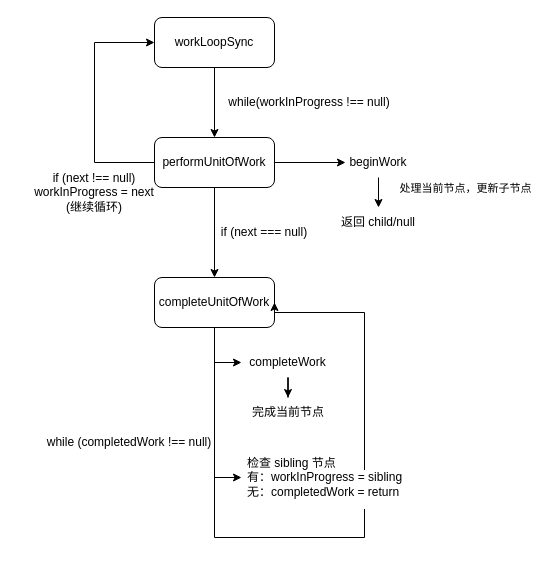
Above: 未命名绘图.drawio in DragonnZhang/images (draw.io), before the change. Source tidied: cells renumbered, new cells numbered last; positions are measured from the earlier drawing's top-left corner, leaving out a move shared by most shapes. Both pictures are drawn from the tidied source at 100%, with x=0, y=0 at pixel (24, 17).
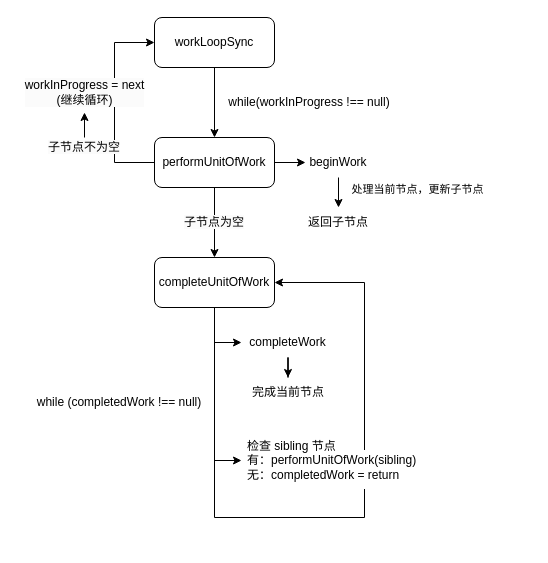
Above is the later version.

Commit message (it also covers changes not shown here):
更新未命名绘图.drawio

The change refers to these unchanged cells:
```xml
<mxCell id="3" value="workLoopSync" style="rounded=1;whiteSpace=wrap;html=1;" parent="1" vertex="1">
  <mxGeometry x="130" width="120" height="50" as="geometry" />
</mxCell>
<mxCell id="7" value="performUnitOfWork" style="rounded=1;whiteSpace=wrap;html=1;" parent="1" vertex="1">
  <mxGeometry x="130" y="120" width="120" height="50" as="geometry" />
</mxCell>
<mxCell id="9" style="edgeStyle=orthogonalEdgeStyle;rounded=0;jettySize=auto;html=1;" parent="1" edge="1" source="11" target="14">
  <mxGeometry relative="1" as="geometry" />
</mxCell>
```

The edit, as a diff of the source:
```diff
@@
     <mxCell id="6" style="edgeStyle=orthogonalEdgeStyle;rounded=0;jettySize=auto;html=1;exitX=0;exitY=0.5;exitDx=0;exitDy=0;entryX=0;entryY=0.5;entryDx=0;entryDy=0;" parent="1" edge="1" source="7" target="3">
       <mxGeometry relative="1" as="geometry">
         <Array as="points">
-          <mxPoint x="70" y="145" />
-          <mxPoint x="70" y="25" />
+          <mxPoint x="90" y="145" />
+          <mxPoint x="90" y="25" />
         </Array>
       </mxGeometry>
     </mxCell>
@@
     <mxCell id="8" value="completeUnitOfWork" style="rounded=1;whiteSpace=wrap;html=1;" parent="1" vertex="1">
-      <mxGeometry x="130" y="260" width="120" height="50" as="geometry" />
+      <mxGeometry x="130" y="240" width="120" height="50" as="geometry" />
     </mxCell>
@@
     <mxCell id="10" value="处理当前节点，更新子节点" style="edgeLabel;html=1;align=center;verticalAlign=middle;" parent="9" vertex="1">
       <mxGeometry x="-0.2" y="-1" relative="1" as="geometry">
-        <mxPoint x="85" y="-10" as="offset" />
+        <mxPoint x="77" y="-9" as="offset" />
       </mxGeometry>
     </mxCell>
     <mxCell id="11" value="beginWork" style="text;html=1;align=center;verticalAlign=middle;whiteSpace=wrap;rounded=0;" parent="1" vertex="1">
-      <mxGeometry x="321" y="130" width="66" height="30" as="geometry" />
+      <mxGeometry x="281" y="130" width="66" height="30" as="geometry" />
     </mxCell>
@@
-    <mxCell id="14" value="返回 child/null" style="text;html=1;align=center;verticalAlign=middle;whiteSpace=wrap;rounded=0;" parent="1" vertex="1">
-      <mxGeometry x="314" y="190" width="80" height="30" as="geometry" />
+    <mxCell id="14" value="返回子节点" style="text;html=1;align=center;verticalAlign=middle;whiteSpace=wrap;rounded=0;" parent="1" vertex="1">
+      <mxGeometry x="274" y="190" width="80" height="30" as="geometry" />
     </mxCell>
-    <mxCell id="15" value="if (next === null)" style="text;html=1;align=center;verticalAlign=middle;whiteSpace=wrap;rounded=0;" parent="1" vertex="1">
-      <mxGeometry x="190" y="200" width="100" height="30" as="geometry" />
-    </mxCell>
-    <mxCell id="16" value="if (next !== null)&lt;div&gt;workInProgress = next&lt;/div&gt;&lt;div&gt;(继续循环)&lt;/div&gt;" style="text;html=1;align=center;verticalAlign=middle;whiteSpace=wrap;rounded=0;" parent="1" vertex="1">
-      <mxGeometry y="160" width="140" height="30" as="geometry" />
-    </mxCell>
+    <mxCell id="25" style="edgeStyle=orthogonalEdgeStyle;rounded=0;jettySize=auto;html=1;exitX=0.5;exitY=0;exitDx=0;exitDy=0;" parent="1" edge="1" source="28" target="26">
+      <mxGeometry relative="1" as="geometry" />
+    </mxCell>
     <mxCell id="17" style="edgeStyle=orthogonalEdgeStyle;rounded=0;orthogonalLoop=1;jettySize=auto;html=1;exitX=0.5;exitY=1;exitDx=0;exitDy=0;entryX=1;entryY=0.5;entryDx=0;entryDy=0;" parent="1" edge="1" source="8" target="8">
       <mxGeometry relative="1" as="geometry">
         <Array as="points">
-          <mxPoint x="190" y="520" />
-          <mxPoint x="340" y="520" />
-          <mxPoint x="340" y="295" />
-          <mxPoint x="250" y="295" />
+          <mxPoint x="190" y="500" />
+          <mxPoint x="340" y="500" />
+          <mxPoint x="340" y="265" />
         </Array>
       </mxGeometry>
     </mxCell>
@@
     <mxCell id="19" value="完成当前节点" style="text;html=1;align=center;verticalAlign=middle;whiteSpace=wrap;rounded=0;" parent="1" vertex="1">
-      <mxGeometry x="223.5" y="380" width="80" height="30" as="geometry" />
+      <mxGeometry x="223.5" y="360" width="80" height="30" as="geometry" />
     </mxCell>
-    <mxCell id="20" value="检查 sibling 节点&lt;div&gt;&lt;div&gt;有：workInProgress = sibling&lt;/div&gt;&lt;div&gt;无：completedWork = return&lt;/div&gt;&lt;/div&gt;" style="text;html=1;align=left;verticalAlign=middle;whiteSpace=wrap;rounded=0;spacingLeft=4;" parent="1" vertex="1">
-      <mxGeometry x="217" y="425" width="193" height="70" as="geometry" />
+    <mxCell id="20" value="检查 sibling 节点&lt;div&gt;&lt;div&gt;有：performUnitOfWork(sibling)&lt;/div&gt;&lt;div&gt;无：completedWork = return&lt;/div&gt;&lt;/div&gt;" style="text;html=1;align=left;verticalAlign=middle;whiteSpace=wrap;rounded=0;spacingLeft=4;" parent="1" vertex="1">
+      <mxGeometry x="217" y="408" width="193" height="70" as="geometry" />
     </mxCell>
     <mxCell id="21" value="completeWork" style="text;html=1;align=center;verticalAlign=middle;whiteSpace=wrap;rounded=0;" parent="1" vertex="1">
-      <mxGeometry x="217" y="330" width="93" height="30" as="geometry" />
+      <mxGeometry x="217" y="310" width="93" height="30" as="geometry" />
     </mxCell>
     <mxCell id="22" value="while (completedWork !== null)" style="text;html=1;align=center;verticalAlign=middle;whiteSpace=wrap;rounded=0;" parent="1" vertex="1">
-      <mxGeometry x="20" y="410" width="170" height="30" as="geometry" />
+      <mxGeometry x="10" y="370" width="170" height="30" as="geometry" />
     </mxCell>
     <mxCell id="23" style="endArrow=classic;html=1;rounded=0;entryX=0;entryY=0.5;entryDx=0;entryDy=0;" parent="1" edge="1" target="21">
       <mxGeometry relative="1" as="geometry">
-        <mxPoint x="190" y="345" as="sourcePoint" />
+        <mxPoint x="190" y="325" as="sourcePoint" />
       </mxGeometry>
     </mxCell>
     <mxCell id="24" style="endArrow=classic;html=1;rounded=0;entryX=0;entryY=0.5;entryDx=0;entryDy=0;" parent="1" edge="1" target="20">
       <mxGeometry relative="1" as="geometry">
-        <mxPoint x="190" y="460" as="sourcePoint" />
+        <mxPoint x="190" y="443" as="sourcePoint" />
       </mxGeometry>
     </mxCell>
+    <mxCell id="26" value="&lt;div style=&quot;forced-color-adjust: none; color: rgb(0, 0, 0); font-family: Helvetica; font-size: 12px; font-style: normal; font-variant-ligatures: normal; font-variant-caps: normal; font-weight: 400; letter-spacing: normal; orphans: 2; text-indent: 0px; text-transform: none; widows: 2; word-spacing: 0px; -webkit-text-stroke-width: 0px; white-space: normal; background-color: rgb(251, 251, 251); text-decoration-thickness: initial; text-decoration-style: initial; text-decoration-color: initial;&quot;&gt;workInProgress = next&lt;/div&gt;&lt;div style=&quot;forced-color-adjust: none; color: rgb(0, 0, 0); font-family: Helvetica; font-size: 12px; font-style: normal; font-variant-ligatures: normal; font-variant-caps: normal; font-weight: 400; letter-spacing: normal; orphans: 2; text-indent: 0px; text-transform: none; widows: 2; word-spacing: 0px; -webkit-text-stroke-width: 0px; white-space: normal; background-color: rgb(251, 251, 251); text-decoration-thickness: initial; text-decoration-style: initial; text-decoration-color: initial;&quot;&gt;(继续循环)&lt;/div&gt;" style="text;whiteSpace=wrap;html=1;align=center;verticalAlign=middle;" parent="1" vertex="1">
+      <mxGeometry x="-7.5" y="55" width="135" height="40" as="geometry" />
+    </mxCell>
+    <mxCell id="27" value="&lt;span style=&quot;color: rgb(0, 0, 0); font-family: Helvetica; font-size: 12px; font-style: normal; font-variant-ligatures: normal; font-variant-caps: normal; font-weight: 400; letter-spacing: normal; orphans: 2; text-indent: 0px; text-transform: none; widows: 2; word-spacing: 0px; -webkit-text-stroke-width: 0px; white-space: normal; background-color: rgb(251, 251, 251); text-decoration-thickness: initial; text-decoration-style: initial; text-decoration-color: initial; float: none; display: inline !important;&quot;&gt;子节点为空&lt;/span&gt;" style="text;whiteSpace=wrap;html=1;verticalAlign=middle;align=center;" parent="1" vertex="1">
+      <mxGeometry x="145" y="185" width="90" height="40" as="geometry" />
+    </mxCell>
+    <mxCell id="28" value="&lt;span style=&quot;color: rgb(0, 0, 0); font-family: Helvetica; font-size: 12px; font-style: normal; font-variant-ligatures: normal; font-variant-caps: normal; font-weight: 400; letter-spacing: normal; orphans: 2; text-indent: 0px; text-transform: none; widows: 2; word-spacing: 0px; -webkit-text-stroke-width: 0px; white-space: normal; background-color: rgb(251, 251, 251); text-decoration-thickness: initial; text-decoration-style: initial; text-decoration-color: initial; float: none; display: inline !important;&quot;&gt;子节点不为空&lt;/span&gt;" style="text;whiteSpace=wrap;html=1;verticalAlign=middle;align=center;" parent="1" vertex="1">
+      <mxGeometry x="5" y="120" width="110" height="20" as="geometry" />
+    </mxCell>
```
